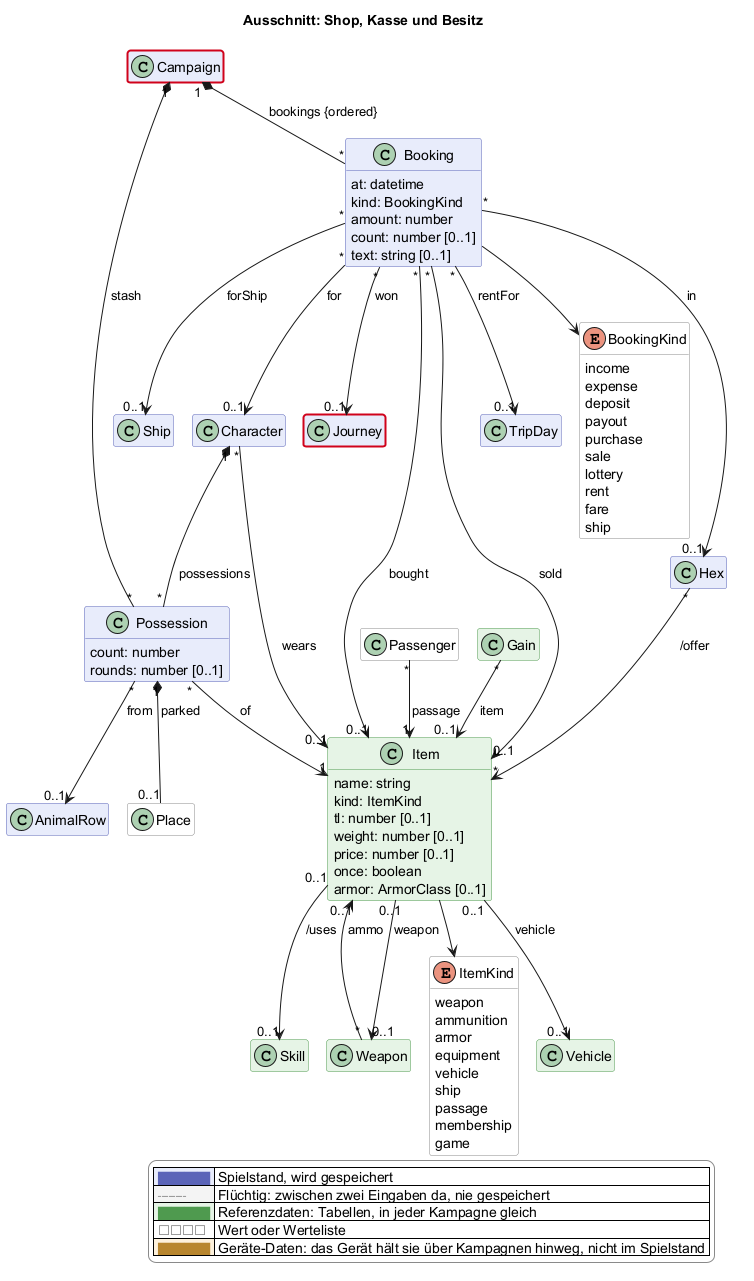
Above: docs/views/shop.png in scuzzar/SRE (PlantUML), before the change.
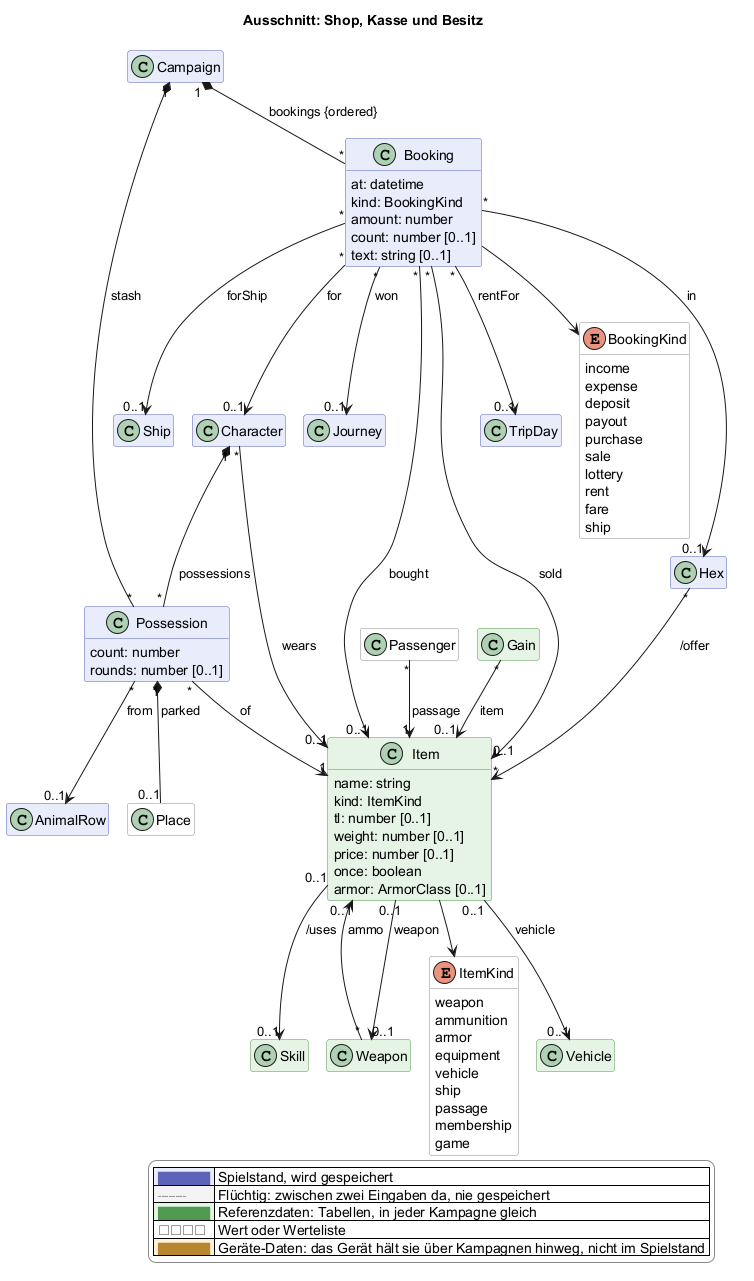
Later version of the same file.

What changed in the source:
```diff
@@ -177,6 +177,4 @@
   |<#ffffff> <color:#8a8a8a>□□□□</color> | Wert oder Werteliste |
   |<#fdf1dc> <color:#b8862e>████</color> | Geräte-Daten: das Gerät hält sie über Kampagnen hinweg, nicht im Spielstand |
 endlegend
-class Campaign #line:d0021b;line.bold
-class Journey #line:d0021b;line.bold
 @enduml
```
